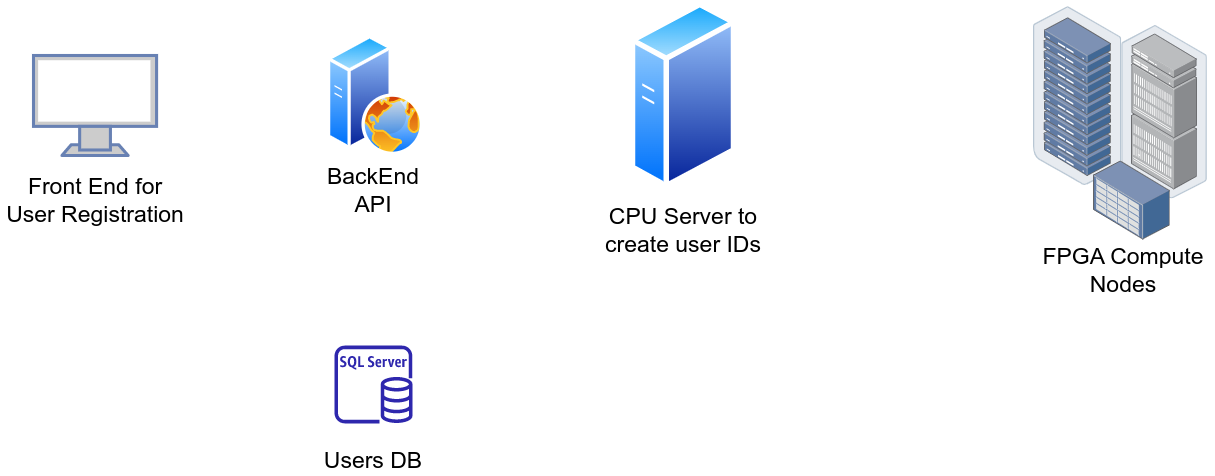
Earlier version of the draw.io export Intel DevCloud Flow.drawio.png (belanasaikiran/FlowCharts). Source tidied: cells renumbered, new cells last; positions are measured from the earlier drawing's top-left corner, leaving out a move shared by most shapes.
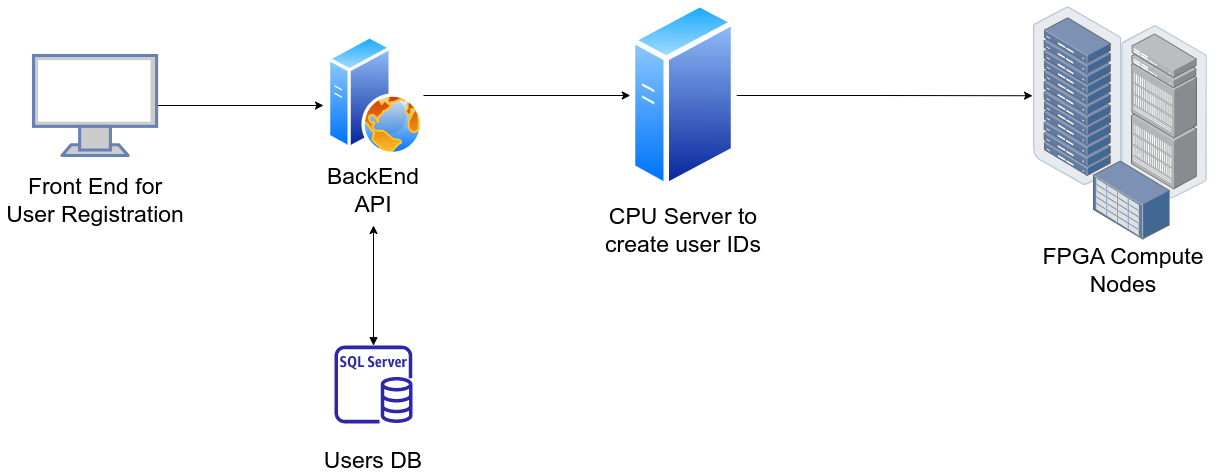
The same file after the commit.

The edit, as a diff of the source:
```diff
@@ -2,6 +2,11 @@
   <root>
     <mxCell id="0" />
     <mxCell id="1" parent="0" />
+    <mxCell id="15" style="edgeStyle=orthogonalEdgeStyle;rounded=0;jettySize=auto;html=1;fontSize=23;" parent="1" edge="1" source="2">
+      <mxGeometry relative="1" as="geometry">
+        <mxPoint x="323" y="105" as="targetPoint" />
+      </mxGeometry>
+    </mxCell>
     <mxCell id="2" style="fontColor=#0066CC;verticalAlign=top;verticalLabelPosition=bottom;labelPosition=center;align=center;html=1;outlineConnect=0;fillColor=#CCCCCC;strokeColor=#6881B3;gradientColor=none;gradientDirection=north;strokeWidth=2;shape=mxgraph.networks.monitor;fontSize=23;" parent="1" vertex="1">
       <mxGeometry x="33" y="55" width="123.1" height="100" as="geometry" />
     </mxCell>
@@ -23,12 +28,20 @@
     <mxCell id="8" style="perimeter=ellipsePerimeter;html=1;align=center;shadow=0;dashed=0;spacingTop=3;image;image=img/lib/active_directory/generic_server.svg;fontSize=23;" parent="6" vertex="1">
       <mxGeometry x="36.8" y="-25" width="106.4" height="190" as="geometry" />
     </mxCell>
+    <mxCell id="16" style="edgeStyle=orthogonalEdgeStyle;rounded=0;jettySize=auto;html=1;entryX=0;entryY=0.5;entryDx=0;entryDy=0;fontSize=23;" parent="1" edge="1" source="9" target="8">
+      <mxGeometry relative="1" as="geometry" />
+    </mxCell>
     <mxCell id="9" style="perimeter=ellipsePerimeter;html=1;align=center;shadow=0;dashed=0;spacingTop=3;image;image=img/lib/active_directory/web_server.svg;fontSize=23;" parent="1" vertex="1">
       <mxGeometry x="327" y="35" width="96" height="120" as="geometry" />
     </mxCell>
     <mxCell id="10" style="points=[];html=1;align=center;shadow=0;dashed=0;image;image=img/lib/allied_telesis/storage/Datacenter_Server_Rack.svg;fontSize=23;" parent="1" vertex="1">
       <mxGeometry x="1033" y="6.2" width="88.2" height="178.8" as="geometry" />
     </mxCell>
+    <mxCell id="17" style="edgeStyle=orthogonalEdgeStyle;rounded=0;jettySize=auto;html=1;fontSize=23;startArrow=block;startFill=1;" parent="1" edge="1" source="11">
+      <mxGeometry relative="1" as="geometry">
+        <mxPoint x="373" y="225" as="targetPoint" />
+      </mxGeometry>
+    </mxCell>
     <mxCell id="11" style="sketch=0;outlineConnect=0;fontColor=#232F3E;gradientColor=none;fillColor=#2E27AD;strokeColor=none;dashed=0;verticalLabelPosition=bottom;verticalAlign=top;align=center;html=1;fontSize=12;fontStyle=0;shape=mxgraph.aws4.rds_sql_server_instance;" parent="1" vertex="1">
       <mxGeometry x="334" y="345" width="78" height="78" as="geometry" />
     </mxCell>
@@ -41,5 +54,8 @@
     <mxCell id="14" value="FPGA Compute Nodes" style="text;html=1;strokeColor=none;fillColor=none;align=center;verticalAlign=middle;whiteSpace=wrap;rounded=0;fontSize=23;" parent="1" vertex="1">
       <mxGeometry x="1033" y="255" width="180" height="30" as="geometry" />
     </mxCell>
+    <mxCell id="18" style="edgeStyle=orthogonalEdgeStyle;rounded=0;jettySize=auto;html=1;entryX=-0.011;entryY=0.498;entryDx=0;entryDy=0;entryPerimeter=0;fontSize=23;" parent="1" edge="1" source="8" target="10">
+      <mxGeometry relative="1" as="geometry" />
+    </mxCell>
   </root>
 </mxGraphModel>
```
